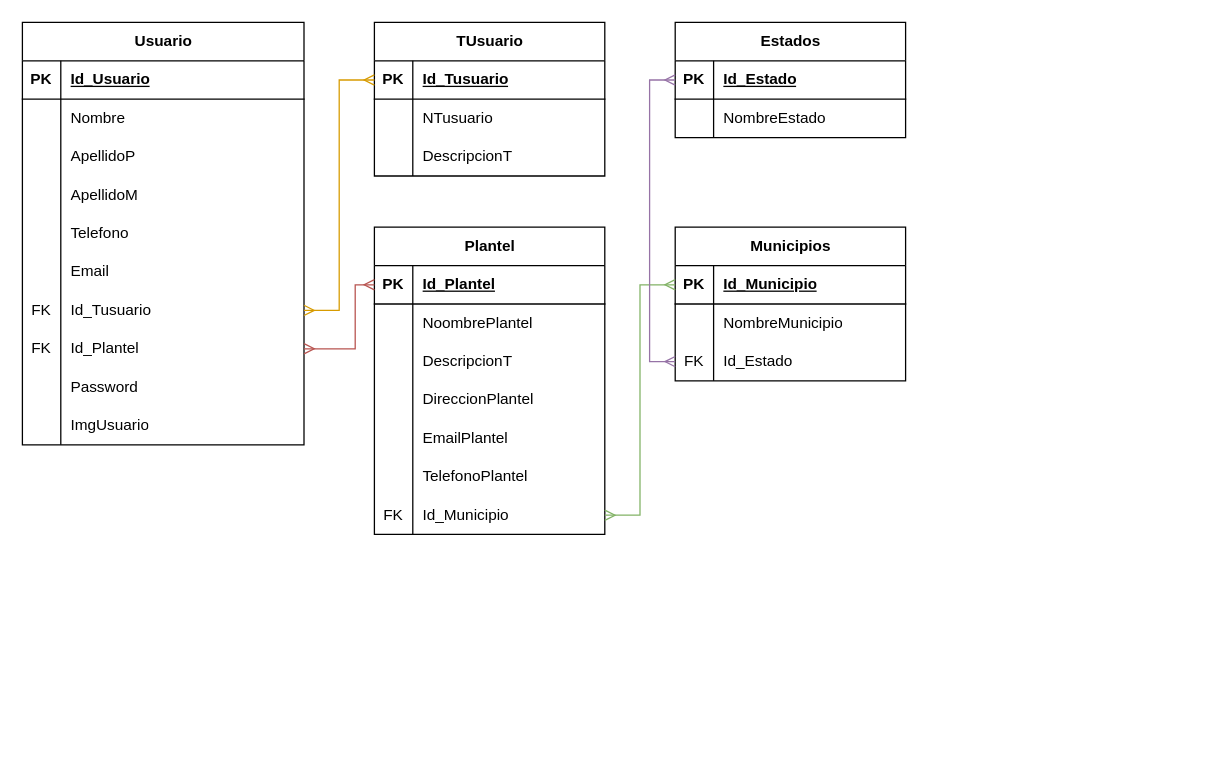
Earlier version of the draw.io diagram page "Modelo_Relacional" (2 of 3) of Diagrama sin título.drawio (JlchavezG/ContruccionBd). Source tidied: cells renumbered, new cells numbered last; positions are measured from the earlier drawing's top-left corner, leaving out a move shared by most shapes. Both pictures are drawn from the tidied source at 128%, with x=0, y=0 at pixel (22, 22).
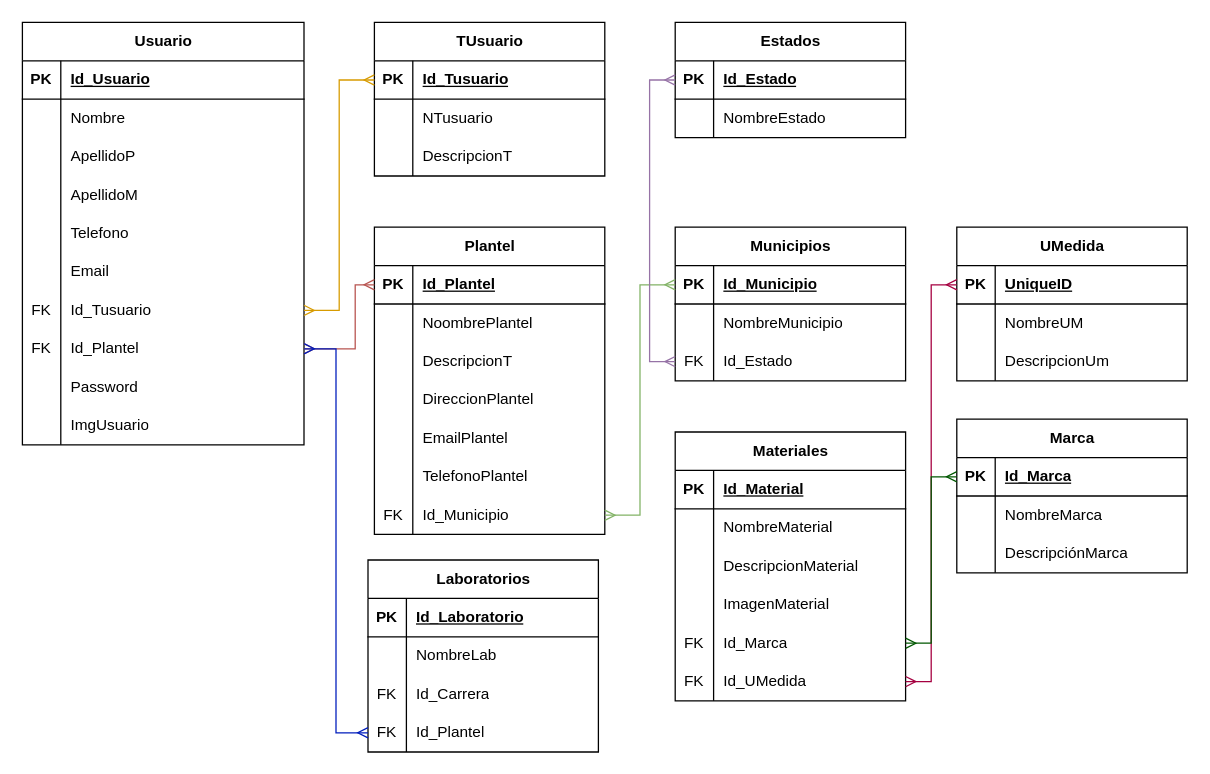
After the change.

The change refers to these unchanged cells:
```xml
<mxCell id="24" style="shape=tableRow;horizontal=0;startSize=0;swimlaneHead=0;swimlaneBody=0;fillColor=none;points=[[0,0.5],[1,0.5]];portConstraint=eastwest;top=0;left=0;right=0;bottom=0;" parent="2" vertex="1">
  <mxGeometry y="240" width="220" height="30" as="geometry" />
</mxCell>
```

The edit, as a diff of the source:
```diff
@@
+    <mxCell id="86" value="Laboratorios" style="shape=table;startSize=30;childLayout=tableLayout;rowLines=0;fontStyle=1;align=center;html=1;" parent="1" vertex="1">
+      <mxGeometry x="270" y="420" width="180" height="150" as="geometry" />
+    </mxCell>
+    <mxCell id="87" style="shape=tableRow;horizontal=0;startSize=0;swimlaneHead=0;swimlaneBody=0;fillColor=none;top=0;left=0;right=0;bottom=1;" parent="86" vertex="1">
+      <mxGeometry y="30" width="180" height="30" as="geometry" />
+    </mxCell>
+    <mxCell id="88" value="PK" style="shape=partialRectangle;fillColor=none;top=0;left=0;bottom=0;right=0;fontStyle=1;overflow=hidden;whiteSpace=wrap;html=1;" parent="87" vertex="1">
+      <mxGeometry width="30" height="30" as="geometry" />
+    </mxCell>
+    <mxCell id="89" value="Id_Laboratorio" style="shape=partialRectangle;fillColor=none;top=0;left=0;bottom=0;right=0;align=left;spacingLeft=6;fontStyle=5;overflow=hidden;whiteSpace=wrap;html=1;" parent="87" vertex="1">
+      <mxGeometry x="30" width="150" height="30" as="geometry" />
+    </mxCell>
+    <mxCell id="90" style="shape=tableRow;horizontal=0;startSize=0;swimlaneHead=0;swimlaneBody=0;fillColor=none;top=0;left=0;right=0;bottom=0;" parent="86" vertex="1">
+      <mxGeometry y="60" width="180" height="30" as="geometry" />
+    </mxCell>
+    <mxCell id="91" style="shape=partialRectangle;fillColor=none;top=0;left=0;bottom=0;right=0;overflow=hidden;whiteSpace=wrap;html=1;" parent="90" vertex="1">
+      <mxGeometry width="30" height="30" as="geometry" />
+    </mxCell>
+    <mxCell id="92" value="NombreLab" style="shape=partialRectangle;fillColor=none;top=0;left=0;bottom=0;right=0;align=left;spacingLeft=6;overflow=hidden;whiteSpace=wrap;html=1;" parent="90" vertex="1">
+      <mxGeometry x="30" width="150" height="30" as="geometry" />
+    </mxCell>
+    <mxCell id="93" style="shape=tableRow;horizontal=0;startSize=0;swimlaneHead=0;swimlaneBody=0;fillColor=none;top=0;left=0;right=0;bottom=0;" parent="86" vertex="1">
+      <mxGeometry y="90" width="180" height="30" as="geometry" />
+    </mxCell>
+    <mxCell id="94" value="FK" style="shape=partialRectangle;fillColor=none;top=0;left=0;bottom=0;right=0;overflow=hidden;whiteSpace=wrap;html=1;" parent="93" vertex="1">
+      <mxGeometry width="30" height="30" as="geometry" />
+    </mxCell>
+    <mxCell id="95" value="Id_Carrera" style="shape=partialRectangle;fillColor=none;top=0;left=0;bottom=0;right=0;align=left;spacingLeft=6;overflow=hidden;whiteSpace=wrap;html=1;" parent="93" vertex="1">
+      <mxGeometry x="30" width="150" height="30" as="geometry" />
+    </mxCell>
+    <mxCell id="96" style="shape=tableRow;horizontal=0;startSize=0;swimlaneHead=0;swimlaneBody=0;fillColor=none;points=[[0,0.5],[1,0.5]];portConstraint=eastwest;top=0;left=0;right=0;bottom=0;" parent="86" vertex="1">
+      <mxGeometry y="120" width="180" height="30" as="geometry" />
+    </mxCell>
+    <mxCell id="97" value="FK" style="shape=partialRectangle;fillColor=none;top=0;left=0;bottom=0;right=0;overflow=hidden;whiteSpace=wrap;html=1;" parent="96" vertex="1">
+      <mxGeometry width="30" height="30" as="geometry" />
+    </mxCell>
+    <mxCell id="98" value="Id_Plantel" style="shape=partialRectangle;fillColor=none;top=0;left=0;bottom=0;right=0;align=left;spacingLeft=6;overflow=hidden;whiteSpace=wrap;html=1;" parent="96" vertex="1">
+      <mxGeometry x="30" width="150" height="30" as="geometry" />
+    </mxCell>
+    <mxCell id="99" style="edgeStyle=orthogonalEdgeStyle;rounded=0;jettySize=auto;html=1;entryX=0;entryY=0.5;entryDx=0;entryDy=0;startArrow=ERmany;startFill=0;endArrow=ERmany;endFill=0;fillColor=#0050ef;strokeColor=#001DBC;" parent="1" edge="1" source="24" target="96">
+      <mxGeometry relative="1" as="geometry" />
+    </mxCell>
+    <mxCell id="100" value="Materiales" style="shape=table;startSize=30;childLayout=tableLayout;rowLines=0;fontStyle=1;align=center;html=1;" parent="1" vertex="1">
+      <mxGeometry x="510" y="320" width="180" height="210" as="geometry" />
+    </mxCell>
+    <mxCell id="101" style="shape=tableRow;horizontal=0;startSize=0;swimlaneHead=0;swimlaneBody=0;fillColor=none;top=0;left=0;right=0;bottom=1;" parent="100" vertex="1">
+      <mxGeometry y="30" width="180" height="30" as="geometry" />
+    </mxCell>
+    <mxCell id="102" value="PK" style="shape=partialRectangle;fillColor=none;top=0;left=0;bottom=0;right=0;fontStyle=1;overflow=hidden;whiteSpace=wrap;html=1;" parent="101" vertex="1">
+      <mxGeometry width="30" height="30" as="geometry" />
+    </mxCell>
+    <mxCell id="103" value="Id_Material" style="shape=partialRectangle;fillColor=none;top=0;left=0;bottom=0;right=0;align=left;spacingLeft=6;fontStyle=5;overflow=hidden;whiteSpace=wrap;html=1;" parent="101" vertex="1">
+      <mxGeometry x="30" width="150" height="30" as="geometry" />
+    </mxCell>
+    <mxCell id="104" style="shape=tableRow;horizontal=0;startSize=0;swimlaneHead=0;swimlaneBody=0;fillColor=none;top=0;left=0;right=0;bottom=0;" parent="100" vertex="1">
+      <mxGeometry y="60" width="180" height="30" as="geometry" />
+    </mxCell>
+    <mxCell id="105" style="shape=partialRectangle;fillColor=none;top=0;left=0;bottom=0;right=0;overflow=hidden;whiteSpace=wrap;html=1;" parent="104" vertex="1">
+      <mxGeometry width="30" height="30" as="geometry" />
+    </mxCell>
+    <mxCell id="106" value="NombreMaterial" style="shape=partialRectangle;fillColor=none;top=0;left=0;bottom=0;right=0;align=left;spacingLeft=6;overflow=hidden;whiteSpace=wrap;html=1;" parent="104" vertex="1">
+      <mxGeometry x="30" width="150" height="30" as="geometry" />
+    </mxCell>
+    <mxCell id="107" style="shape=tableRow;horizontal=0;startSize=0;swimlaneHead=0;swimlaneBody=0;fillColor=none;top=0;left=0;right=0;bottom=0;" parent="100" vertex="1">
+      <mxGeometry y="90" width="180" height="30" as="geometry" />
+    </mxCell>
+    <mxCell id="108" style="shape=partialRectangle;fillColor=none;top=0;left=0;bottom=0;right=0;overflow=hidden;whiteSpace=wrap;html=1;" parent="107" vertex="1">
+      <mxGeometry width="30" height="30" as="geometry" />
+    </mxCell>
+    <mxCell id="109" value="DescripcionMaterial" style="shape=partialRectangle;fillColor=none;top=0;left=0;bottom=0;right=0;align=left;spacingLeft=6;overflow=hidden;whiteSpace=wrap;html=1;" parent="107" vertex="1">
+      <mxGeometry x="30" width="150" height="30" as="geometry" />
+    </mxCell>
+    <mxCell id="110" style="shape=tableRow;horizontal=0;startSize=0;swimlaneHead=0;swimlaneBody=0;fillColor=none;top=0;left=0;right=0;bottom=0;" parent="100" vertex="1">
+      <mxGeometry y="120" width="180" height="30" as="geometry" />
+    </mxCell>
+    <mxCell id="111" style="shape=partialRectangle;fillColor=none;top=0;left=0;bottom=0;right=0;overflow=hidden;whiteSpace=wrap;html=1;" parent="110" vertex="1">
+      <mxGeometry width="30" height="30" as="geometry" />
+    </mxCell>
+    <mxCell id="112" value="ImagenMaterial" style="shape=partialRectangle;fillColor=none;top=0;left=0;bottom=0;right=0;align=left;spacingLeft=6;overflow=hidden;whiteSpace=wrap;html=1;" parent="110" vertex="1">
+      <mxGeometry x="30" width="150" height="30" as="geometry" />
+    </mxCell>
+    <mxCell id="113" style="shape=tableRow;horizontal=0;startSize=0;swimlaneHead=0;swimlaneBody=0;fillColor=none;points=[[0,0.5],[1,0.5]];portConstraint=eastwest;top=0;left=0;right=0;bottom=0;" parent="100" vertex="1">
+      <mxGeometry y="150" width="180" height="30" as="geometry" />
+    </mxCell>
+    <mxCell id="114" value="FK" style="shape=partialRectangle;fillColor=none;top=0;left=0;bottom=0;right=0;overflow=hidden;whiteSpace=wrap;html=1;" parent="113" vertex="1">
+      <mxGeometry width="30" height="30" as="geometry" />
+    </mxCell>
+    <mxCell id="115" value="Id_Marca" style="shape=partialRectangle;fillColor=none;top=0;left=0;bottom=0;right=0;align=left;spacingLeft=6;overflow=hidden;whiteSpace=wrap;html=1;" parent="113" vertex="1">
+      <mxGeometry x="30" width="150" height="30" as="geometry" />
+    </mxCell>
+    <mxCell id="116" style="shape=tableRow;horizontal=0;startSize=0;swimlaneHead=0;swimlaneBody=0;fillColor=none;points=[[0,0.5],[1,0.5]];portConstraint=eastwest;top=0;left=0;right=0;bottom=0;" parent="100" vertex="1">
+      <mxGeometry y="180" width="180" height="30" as="geometry" />
+    </mxCell>
+    <mxCell id="117" value="FK" style="shape=partialRectangle;fillColor=none;top=0;left=0;bottom=0;right=0;overflow=hidden;whiteSpace=wrap;html=1;" parent="116" vertex="1">
+      <mxGeometry width="30" height="30" as="geometry" />
+    </mxCell>
+    <mxCell id="118" value="Id_UMedida" style="shape=partialRectangle;fillColor=none;top=0;left=0;bottom=0;right=0;align=left;spacingLeft=6;overflow=hidden;whiteSpace=wrap;html=1;" parent="116" vertex="1">
+      <mxGeometry x="30" width="150" height="30" as="geometry" />
+    </mxCell>
+    <mxCell id="119" value="UMedida" style="shape=table;startSize=30;childLayout=tableLayout;rowLines=0;fontStyle=1;align=center;html=1;" parent="1" vertex="1">
+      <mxGeometry x="730" y="160" width="180" height="120" as="geometry" />
+    </mxCell>
+    <mxCell id="120" style="shape=tableRow;horizontal=0;startSize=0;swimlaneHead=0;swimlaneBody=0;fillColor=none;points=[[0,0.5],[1,0.5]];portConstraint=eastwest;top=0;left=0;right=0;bottom=1;" parent="119" vertex="1">
+      <mxGeometry y="30" width="180" height="30" as="geometry" />
+    </mxCell>
+    <mxCell id="121" value="PK" style="shape=partialRectangle;fillColor=none;top=0;left=0;bottom=0;right=0;fontStyle=1;overflow=hidden;whiteSpace=wrap;html=1;" parent="120" vertex="1">
+      <mxGeometry width="30" height="30" as="geometry" />
+    </mxCell>
+    <mxCell id="122" value="UniqueID" style="shape=partialRectangle;fillColor=none;top=0;left=0;bottom=0;right=0;align=left;spacingLeft=6;fontStyle=5;overflow=hidden;whiteSpace=wrap;html=1;" parent="120" vertex="1">
+      <mxGeometry x="30" width="150" height="30" as="geometry" />
+    </mxCell>
+    <mxCell id="123" style="shape=tableRow;horizontal=0;startSize=0;swimlaneHead=0;swimlaneBody=0;fillColor=none;top=0;left=0;right=0;bottom=0;" parent="119" vertex="1">
+      <mxGeometry y="60" width="180" height="30" as="geometry" />
+    </mxCell>
+    <mxCell id="124" style="shape=partialRectangle;fillColor=none;top=0;left=0;bottom=0;right=0;overflow=hidden;whiteSpace=wrap;html=1;" parent="123" vertex="1">
+      <mxGeometry width="30" height="30" as="geometry" />
+    </mxCell>
+    <mxCell id="125" value="NombreUM" style="shape=partialRectangle;fillColor=none;top=0;left=0;bottom=0;right=0;align=left;spacingLeft=6;overflow=hidden;whiteSpace=wrap;html=1;" parent="123" vertex="1">
+      <mxGeometry x="30" width="150" height="30" as="geometry" />
+    </mxCell>
+    <mxCell id="126" style="shape=tableRow;horizontal=0;startSize=0;swimlaneHead=0;swimlaneBody=0;fillColor=none;top=0;left=0;right=0;bottom=0;" parent="119" vertex="1">
+      <mxGeometry y="90" width="180" height="30" as="geometry" />
+    </mxCell>
+    <mxCell id="127" style="shape=partialRectangle;fillColor=none;top=0;left=0;bottom=0;right=0;overflow=hidden;whiteSpace=wrap;html=1;" parent="126" vertex="1">
+      <mxGeometry width="30" height="30" as="geometry" />
+    </mxCell>
+    <mxCell id="128" value="DescripcionUm" style="shape=partialRectangle;fillColor=none;top=0;left=0;bottom=0;right=0;align=left;spacingLeft=6;overflow=hidden;whiteSpace=wrap;html=1;" parent="126" vertex="1">
+      <mxGeometry x="30" width="150" height="30" as="geometry" />
+    </mxCell>
+    <mxCell id="129" style="edgeStyle=orthogonalEdgeStyle;rounded=0;jettySize=auto;html=1;entryX=1;entryY=0.5;entryDx=0;entryDy=0;startArrow=ERmany;startFill=0;endArrow=ERmany;endFill=0;fillColor=#d80073;strokeColor=#A50040;" parent="1" edge="1" source="120" target="116">
+      <mxGeometry relative="1" as="geometry" />
+    </mxCell>
+    <mxCell id="130" value="Marca" style="shape=table;startSize=30;childLayout=tableLayout;rowLines=0;fontStyle=1;align=center;html=1;" parent="1" vertex="1">
+      <mxGeometry x="730" y="310" width="180" height="120" as="geometry" />
+    </mxCell>
+    <mxCell id="131" style="shape=tableRow;horizontal=0;startSize=0;swimlaneHead=0;swimlaneBody=0;fillColor=none;points=[[0,0.5],[1,0.5]];portConstraint=eastwest;top=0;left=0;right=0;bottom=1;" parent="130" vertex="1">
+      <mxGeometry y="30" width="180" height="30" as="geometry" />
+    </mxCell>
+    <mxCell id="132" value="PK" style="shape=partialRectangle;fillColor=none;top=0;left=0;bottom=0;right=0;fontStyle=1;overflow=hidden;whiteSpace=wrap;html=1;" parent="131" vertex="1">
+      <mxGeometry width="30" height="30" as="geometry" />
+    </mxCell>
+    <mxCell id="133" value="Id_Marca" style="shape=partialRectangle;fillColor=none;top=0;left=0;bottom=0;right=0;align=left;spacingLeft=6;fontStyle=5;overflow=hidden;whiteSpace=wrap;html=1;" parent="131" vertex="1">
+      <mxGeometry x="30" width="150" height="30" as="geometry" />
+    </mxCell>
+    <mxCell id="134" style="shape=tableRow;horizontal=0;startSize=0;swimlaneHead=0;swimlaneBody=0;fillColor=none;top=0;left=0;right=0;bottom=0;" parent="130" vertex="1">
+      <mxGeometry y="60" width="180" height="30" as="geometry" />
+    </mxCell>
+    <mxCell id="135" style="shape=partialRectangle;fillColor=none;top=0;left=0;bottom=0;right=0;overflow=hidden;whiteSpace=wrap;html=1;" parent="134" vertex="1">
+      <mxGeometry width="30" height="30" as="geometry" />
+    </mxCell>
+    <mxCell id="136" value="NombreMarca" style="shape=partialRectangle;fillColor=none;top=0;left=0;bottom=0;right=0;align=left;spacingLeft=6;overflow=hidden;whiteSpace=wrap;html=1;" parent="134" vertex="1">
+      <mxGeometry x="30" width="150" height="30" as="geometry" />
+    </mxCell>
+    <mxCell id="137" style="shape=tableRow;horizontal=0;startSize=0;swimlaneHead=0;swimlaneBody=0;fillColor=none;top=0;left=0;right=0;bottom=0;" parent="130" vertex="1">
+      <mxGeometry y="90" width="180" height="30" as="geometry" />
+    </mxCell>
+    <mxCell id="138" style="shape=partialRectangle;fillColor=none;top=0;left=0;bottom=0;right=0;overflow=hidden;whiteSpace=wrap;html=1;" parent="137" vertex="1">
+      <mxGeometry width="30" height="30" as="geometry" />
+    </mxCell>
+    <mxCell id="139" value="DescripciónMarca" style="shape=partialRectangle;fillColor=none;top=0;left=0;bottom=0;right=0;align=left;spacingLeft=6;overflow=hidden;whiteSpace=wrap;html=1;" parent="137" vertex="1">
+      <mxGeometry x="30" width="150" height="30" as="geometry" />
+    </mxCell>
+    <mxCell id="140" style="edgeStyle=orthogonalEdgeStyle;rounded=0;jettySize=auto;html=1;entryX=1;entryY=0.5;entryDx=0;entryDy=0;fillColor=#008a00;strokeColor=#005700;startArrow=ERmany;startFill=0;endArrow=ERmany;endFill=0;" parent="1" edge="1" source="131" target="113">
+      <mxGeometry relative="1" as="geometry" />
+    </mxCell>
```
